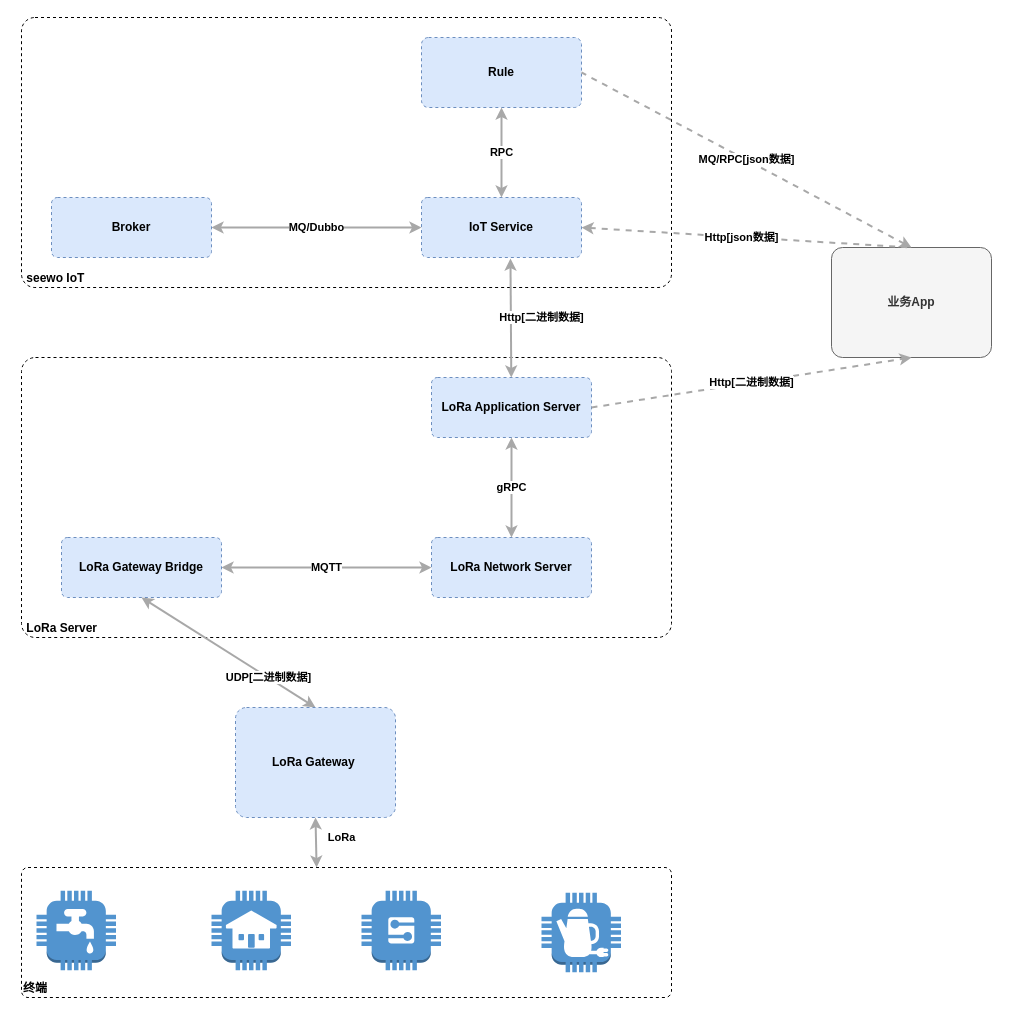
Above: seewo/drawio/设备协议统一（专利）.drawio in yzzh9/yzzh9 (draw.io), before the change. Source tidied: cells renumbered, new cells numbered last; positions are measured from the earlier drawing's top-left corner, leaving out a move shared by most shapes. Both pictures are drawn from the tidied source at 100%, with x=0, y=0 at pixel (21, 17).
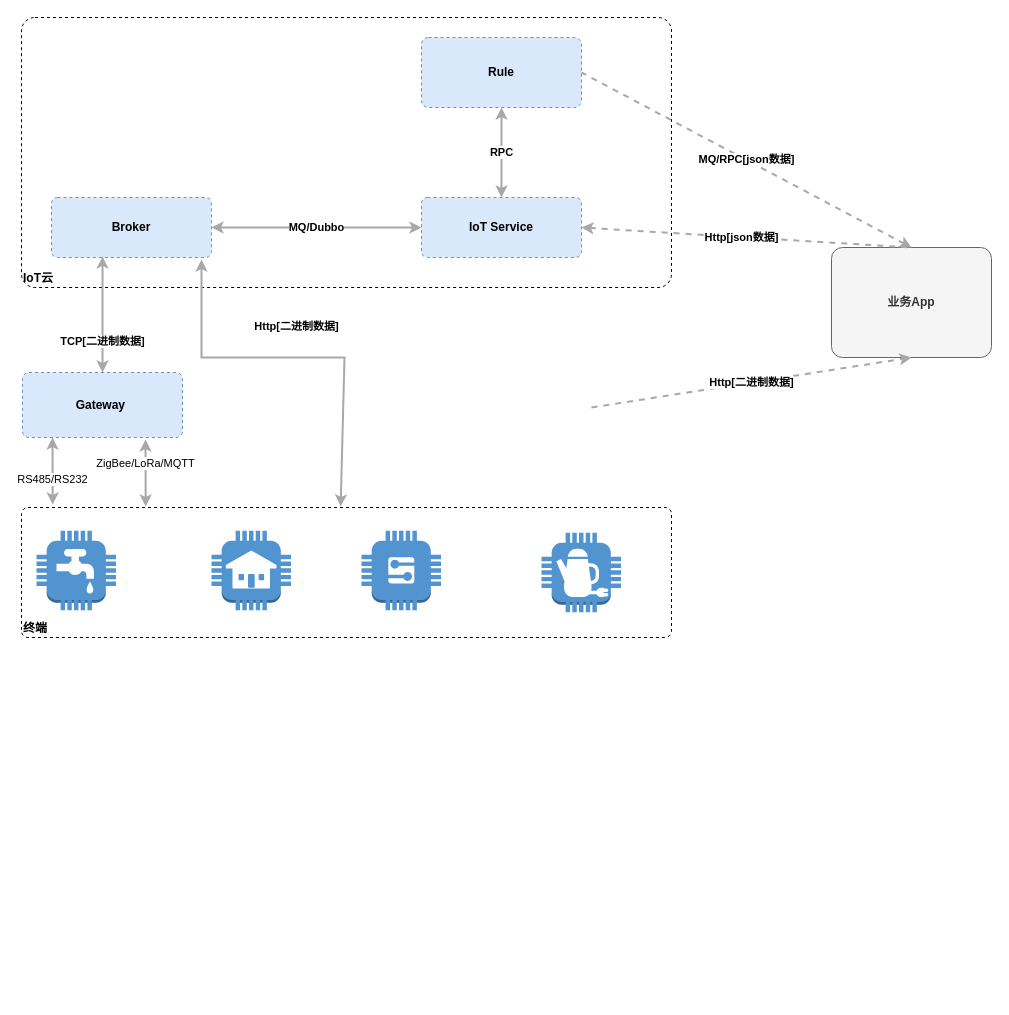
Above is the later version.

Commit message:
更新设备协议统一（专利）.drawio

The change refers to these unchanged cells:
```xml
<mxCell id="5" value="&lt;b&gt;业务App&lt;/b&gt;" style="rounded=1;whiteSpace=wrap;html=1;labelBackgroundColor=none;fontColor=#333333;align=center;arcSize=10;strokeColor=#666666;points=[[0.25,0,0],[0.5,0,0],[0.75,0,0],[1,0.25,0],[1,0.5,0],[1,0.75,0],[0.75,1,0],[0.5,1,0],[0.25,1,0],[0,0.75,0],[0,0.5,0],[0,0.25,0]];fillColor=#f5f5f5;" parent="1" vertex="1">
  <mxGeometry x="810" y="230" width="160" height="110" as="geometry" />
</mxCell>
<mxCell id="17" value="&lt;b&gt;IoT Service&lt;/b&gt;" style="rounded=1;whiteSpace=wrap;html=1;labelBackgroundColor=none;fillColor=#dae8fc;fontColor=#000000;align=center;arcSize=10;strokeColor=#6c8ebf;points=[[0.25,0,0],[0.5,0,0],[0.75,0,0],[1,0.25,0],[1,0.5,0],[1,0.75,0],[0.75,1,0],[0.5,1,0],[0.25,1,0],[0,0.75,0],[0,0.5,0],[0,0.25,0]];dashed=1;" parent="1" vertex="1">
  <mxGeometry x="400" y="180" width="160" height="60" as="geometry" />
</mxCell>
<mxCell id="20" value="&lt;b&gt;Broker&lt;/b&gt;" style="rounded=1;whiteSpace=wrap;html=1;labelBackgroundColor=none;fillColor=#dae8fc;fontColor=#000000;align=center;arcSize=10;strokeColor=#6c8ebf;points=[[0.25,0,0],[0.5,0,0],[0.75,0,0],[1,0.25,0],[1,0.5,0],[1,0.75,0],[0.75,1,0],[0.5,1,0],[0.25,1,0],[0,0.75,0],[0,0.5,0],[0,0.25,0]];dashed=1;" parent="1" vertex="1">
  <mxGeometry x="30" y="180" width="160" height="60" as="geometry" />
</mxCell>
```

Diff of the diagram source:
```diff
@@
-    <mxCell id="2" value="&lt;div style=&quot;text-align: left&quot;&gt;&lt;b style=&quot;text-align: center&quot;&gt;&amp;nbsp;LoRa Server&lt;/b&gt;&lt;br&gt;&lt;/div&gt;" style="rounded=1;whiteSpace=wrap;html=1;labelBackgroundColor=none;fillColor=#ffffff;fontColor=#000000;align=left;arcSize=5;strokeColor=#000000;verticalAlign=bottom;dashed=1;" parent="1" vertex="1">
-      <mxGeometry y="340" width="650" height="280" as="geometry" />
-    </mxCell>
-    <mxCell id="3" value="&lt;b&gt;LoRa Application Server&lt;br&gt;&lt;/b&gt;" style="rounded=1;whiteSpace=wrap;html=1;labelBackgroundColor=none;fillColor=#dae8fc;fontColor=#000000;align=center;arcSize=10;strokeColor=#6c8ebf;points=[[0.25,0,0],[0.5,0,0],[0.75,0,0],[1,0.25,0],[1,0.5,0],[1,0.75,0],[0.75,1,0],[0.5,1,0],[0.25,1,0],[0,0.75,0],[0,0.5,0],[0,0.25,0]];dashed=1;" parent="1" vertex="1">
-      <mxGeometry x="410" y="360" width="160" height="60" as="geometry" />
-    </mxCell>
-    <mxCell id="4" value="&lt;b&gt;LoRa Network Server&lt;/b&gt;" style="rounded=1;whiteSpace=wrap;html=1;labelBackgroundColor=none;fillColor=#dae8fc;fontColor=#000000;align=center;arcSize=10;strokeColor=#6c8ebf;points=[[0.25,0,0],[0.5,0,0],[0.75,0,0],[1,0.25,0],[1,0.5,0],[1,0.75,0],[0.75,1,0],[0.5,1,0],[0.25,1,0],[0,0.75,0],[0,0.5,0],[0,0.25,0]];dashed=1;" parent="1" vertex="1">
-      <mxGeometry x="410" y="520" width="160" height="60" as="geometry" />
-    </mxCell>
@@
-    <mxCell id="6" value="&lt;div style=&quot;text-align: left&quot;&gt;&lt;div style=&quot;text-align: center&quot;&gt;&lt;b&gt;gRPC&lt;/b&gt;&lt;/div&gt;&lt;/div&gt;" style="edgeStyle=none;rounded=0;html=1;jettySize=auto;strokeColor=#A8A8A8;strokeWidth=2;fontColor=#000000;jumpStyle=none;exitX=0.5;exitY=1;exitDx=0;exitDy=0;exitPerimeter=0;startArrow=classic;startFill=1;" parent="1" edge="1" source="3" target="4">
-      <mxGeometry relative="1" as="geometry" />
-    </mxCell>
-    <mxCell id="7" value="&lt;div style=&quot;text-align: left&quot;&gt;&lt;div style=&quot;text-align: center&quot;&gt;&lt;b&gt;MQTT&lt;/b&gt;&lt;/div&gt;&lt;/div&gt;" style="edgeStyle=none;rounded=0;html=1;jettySize=auto;strokeColor=#A8A8A8;strokeWidth=2;fontColor=#000000;jumpStyle=none;exitX=0;exitY=0.5;exitDx=0;exitDy=0;exitPerimeter=0;startArrow=classic;startFill=1;entryX=1;entryY=0.5;entryDx=0;entryDy=0;entryPerimeter=0;" parent="1" edge="1" source="4" target="14">
-      <mxGeometry relative="1" as="geometry" />
-    </mxCell>
-    <mxCell id="8" value="&lt;div style=&quot;text-align: left&quot;&gt;&lt;div style=&quot;text-align: center&quot;&gt;&lt;b&gt;Http[二进制数据]&lt;/b&gt;&lt;/div&gt;&lt;/div&gt;" style="edgeStyle=none;rounded=0;html=1;entryX=0.5;entryY=1;jettySize=auto;strokeColor=#A8A8A8;strokeWidth=2;fontColor=#000000;jumpStyle=none;dashed=1;entryDx=0;entryDy=0;entryPerimeter=0;exitX=1;exitY=0.5;exitDx=0;exitDy=0;exitPerimeter=0;" parent="1" edge="1" source="3" target="5">
-      <mxGeometry relative="1" as="geometry" />
+    <mxCell id="8" value="&lt;div style=&quot;text-align: left&quot;&gt;&lt;div style=&quot;text-align: center&quot;&gt;&lt;b&gt;Http[二进制数据]&lt;/b&gt;&lt;/div&gt;&lt;/div&gt;" style="edgeStyle=none;rounded=0;html=1;entryX=0.5;entryY=1;jettySize=auto;strokeColor=#A8A8A8;strokeWidth=2;fontColor=#000000;jumpStyle=none;dashed=1;entryDx=0;entryDy=0;entryPerimeter=0;exitX=1;exitY=0.5;exitDx=0;exitDy=0;exitPerimeter=0;" parent="1" edge="1" target="5">
+      <mxGeometry relative="1" as="geometry">
+        <mxPoint x="570" y="390" as="sourcePoint" />
+      </mxGeometry>
     </mxCell>
     <mxCell id="9" value="&lt;div style=&quot;text-align: left&quot;&gt;&lt;b style=&quot;text-align: center&quot;&gt;终端&lt;/b&gt;&lt;br&gt;&lt;/div&gt;" style="rounded=1;whiteSpace=wrap;html=1;labelBackgroundColor=none;fillColor=#ffffff;fontColor=#000000;align=left;arcSize=5;strokeColor=#000000;verticalAlign=bottom;points=[[0.25,0,0],[0.5,0,0],[0.75,0,0],[1,0.25,0],[1,0.5,0],[1,0.75,0],[0.75,1,0],[0.5,1,0],[0.25,1,0],[0,0.75,0],[0,0.5,0],[0,0.25,0]];dashed=1;" parent="1" vertex="1">
-      <mxGeometry y="850" width="650" height="130" as="geometry" />
+      <mxGeometry y="490" width="650" height="130" as="geometry" />
     </mxCell>
     <mxCell id="10" style="dashed=0;verticalLabelPosition=bottom;verticalAlign=top;align=center;html=1;shape=mxgraph.aws3.utility;fillColor=#5294CF;gradientColor=none;" parent="1" vertex="1">
-      <mxGeometry x="15" y="873.2" width="79.5" height="79.5" as="geometry" />
+      <mxGeometry x="15" y="513.2" width="79.5" height="79.5" as="geometry" />
     </mxCell>
     <mxCell id="11" style="dashed=0;verticalLabelPosition=bottom;verticalAlign=top;align=center;html=1;shape=mxgraph.aws3.house;fillColor=#5294CF;gradientColor=none;" parent="1" vertex="1">
-      <mxGeometry x="190" y="873.2" width="79.5" height="79.5" as="geometry" />
+      <mxGeometry x="190" y="513.2" width="79.5" height="79.5" as="geometry" />
     </mxCell>
     <mxCell id="12" style="dashed=0;verticalLabelPosition=bottom;verticalAlign=top;align=center;html=1;shape=mxgraph.aws3.generic;fillColor=#5294CF;gradientColor=none;" parent="1" vertex="1">
-      <mxGeometry x="340" y="873.2" width="79.5" height="79.5" as="geometry" />
+      <mxGeometry x="340" y="513.2" width="79.5" height="79.5" as="geometry" />
     </mxCell>
     <mxCell id="13" style="dashed=0;verticalLabelPosition=bottom;verticalAlign=top;align=center;html=1;shape=mxgraph.aws3.coffee_pot;fillColor=#5294CF;gradientColor=none;" parent="1" vertex="1">
-      <mxGeometry x="520" y="875.2" width="79.5" height="79.5" as="geometry" />
+      <mxGeometry x="520" y="515.2" width="79.5" height="79.5" as="geometry" />
     </mxCell>
-    <mxCell id="14" value="&lt;b&gt;LoRa Gateway Bridge&lt;/b&gt;" style="rounded=1;whiteSpace=wrap;html=1;labelBackgroundColor=none;fillColor=#dae8fc;fontColor=#000000;align=center;arcSize=10;strokeColor=#6c8ebf;points=[[0.25,0,0],[0.5,0,0],[0.75,0,0],[1,0.25,0],[1,0.5,0],[1,0.75,0],[0.75,1,0],[0.5,1,0],[0.25,1,0],[0,0.75,0],[0,0.5,0],[0,0.25,0]];dashed=1;" parent="1" vertex="1">
-      <mxGeometry x="40" y="520" width="160" height="60" as="geometry" />
-    </mxCell>
-    <mxCell id="15" value="&lt;div style=&quot;text-align: left&quot;&gt;&lt;b style=&quot;text-align: center&quot;&gt;&amp;nbsp;seewo IoT&lt;/b&gt;&lt;br&gt;&lt;/div&gt;" style="rounded=1;whiteSpace=wrap;html=1;labelBackgroundColor=none;fillColor=#ffffff;fontColor=#000000;align=left;arcSize=5;strokeColor=#000000;verticalAlign=bottom;dashed=1;" parent="1" vertex="1">
+    <mxCell id="15" value="&lt;div style=&quot;text-align: left&quot;&gt;&lt;b style=&quot;text-align: center&quot;&gt;IoT云&lt;/b&gt;&lt;/div&gt;" style="rounded=1;whiteSpace=wrap;html=1;labelBackgroundColor=none;fillColor=#ffffff;fontColor=#000000;align=left;arcSize=5;strokeColor=#000000;verticalAlign=bottom;dashed=1;" parent="1" vertex="1">
       <mxGeometry width="650" height="270" as="geometry" />
     </mxCell>
@@
-    <mxCell id="22" value="&lt;div style=&quot;text-align: left&quot;&gt;&lt;div style=&quot;text-align: center&quot;&gt;&lt;b&gt;UDP[二进制数据]&lt;/b&gt;&lt;/div&gt;&lt;/div&gt;" style="edgeStyle=none;rounded=0;html=1;jettySize=auto;strokeColor=#A8A8A8;strokeWidth=2;fontColor=#000000;jumpStyle=none;startArrow=classic;startFill=1;exitX=0.5;exitY=1;exitDx=0;exitDy=0;exitPerimeter=0;entryX=0.5;entryY=0;entryDx=0;entryDy=0;entryPerimeter=0;" parent="1" edge="1" source="14" target="23">
+    <mxCell id="22" value="&lt;div style=&quot;text-align: left&quot;&gt;&lt;div style=&quot;text-align: center&quot;&gt;&lt;b&gt;TCP[二进制数据]&lt;/b&gt;&lt;/div&gt;&lt;/div&gt;" style="edgeStyle=none;rounded=0;html=1;jettySize=auto;strokeColor=#A8A8A8;strokeWidth=2;fontColor=#000000;jumpStyle=none;startArrow=classic;startFill=1;exitX=0.319;exitY=0.983;exitDx=0;exitDy=0;exitPerimeter=0;entryX=0.5;entryY=0;entryDx=0;entryDy=0;entryPerimeter=0;" parent="1" edge="1" source="20" target="23">
       <mxGeometry x="0.46" relative="1" as="geometry" />
     </mxCell>
-    <mxCell id="23" value="&lt;b&gt;LoRa Gateway&amp;nbsp;&lt;/b&gt;" style="rounded=1;whiteSpace=wrap;html=1;labelBackgroundColor=none;fillColor=#dae8fc;fontColor=#000000;align=center;arcSize=10;strokeColor=#6c8ebf;points=[[0.25,0,0],[0.5,0,0],[0.75,0,0],[1,0.25,0],[1,0.5,0],[1,0.75,0],[0.75,1,0],[0.5,1,0],[0.25,1,0],[0,0.75,0],[0,0.5,0],[0,0.25,0]];dashed=1;" parent="1" vertex="1">
-      <mxGeometry x="214" y="690" width="160" height="110" as="geometry" />
+    <mxCell id="23" value="&lt;b&gt;Gateway&amp;nbsp;&lt;/b&gt;" style="rounded=1;whiteSpace=wrap;html=1;labelBackgroundColor=none;fillColor=#dae8fc;fontColor=#000000;align=center;arcSize=10;strokeColor=#6c8ebf;points=[[0.25,0,0],[0.5,0,0],[0.75,0,0],[1,0.25,0],[1,0.5,0],[1,0.75,0],[0.75,1,0],[0.5,1,0],[0.25,1,0],[0,0.75,0],[0,0.5,0],[0,0.25,0]];dashed=1;" parent="1" vertex="1">
+      <mxGeometry x="1" y="355" width="160" height="65" as="geometry" />
     </mxCell>
-    <mxCell id="24" value="&lt;div style=&quot;text-align: left&quot;&gt;&lt;div style=&quot;text-align: center&quot;&gt;&lt;b&gt;LoRa&lt;/b&gt;&lt;/div&gt;&lt;/div&gt;" style="edgeStyle=none;rounded=0;html=1;jettySize=auto;strokeColor=#A8A8A8;strokeWidth=2;fontColor=#000000;jumpStyle=none;startArrow=classic;startFill=1;exitX=0.5;exitY=1;exitDx=0;exitDy=0;exitPerimeter=0;entryX=0.454;entryY=0;entryDx=0;entryDy=0;entryPerimeter=0;" parent="1" edge="1" source="23" target="9">
-      <mxGeometry x="-0.18" y="26" relative="1" as="geometry" />
+    <mxCell id="24" value="&lt;div style=&quot;text-align: left&quot;&gt;&lt;div style=&quot;text-align: center&quot;&gt;&lt;br&gt;&lt;/div&gt;&lt;/div&gt;" style="edgeStyle=none;rounded=0;html=1;jettySize=auto;orthogonalLoop=1;strokeColor=#A8A8A8;strokeWidth=2;fontColor=#000000;jumpStyle=none;startArrow=classic;startFill=1;exitX=0.5;exitY=1;exitDx=0;exitDy=0;exitPerimeter=0;entryX=0.185;entryY=-0.023;entryDx=0;entryDy=0;entryPerimeter=0;" parent="1" edge="1">
+      <mxGeometry x="-0.18" y="26" relative="1" as="geometry">
+        <mxPoint x="31" y="420" as="sourcePoint" />
+        <mxPoint x="31.2" y="487" as="targetPoint" />
+      </mxGeometry>
     </mxCell>
+    <mxCell id="27" value="RS485/RS232" style="edgeLabel;html=1;align=center;verticalAlign=middle;" parent="24" vertex="1">
+      <mxGeometry x="-0.02" y="-1" relative="1" as="geometry">
+        <mxPoint y="8" as="offset" />
+      </mxGeometry>
+    </mxCell>
-    <mxCell id="25" value="&lt;div style=&quot;text-align: left&quot;&gt;&lt;div style=&quot;text-align: center&quot;&gt;&lt;b&gt;Http[二进制数据]&lt;/b&gt;&lt;/div&gt;&lt;/div&gt;" style="edgeStyle=none;rounded=0;html=1;jettySize=auto;strokeColor=#A8A8A8;strokeWidth=2;fontColor=#000000;jumpStyle=none;startArrow=classic;startFill=1;exitX=0.556;exitY=1.017;exitDx=0;exitDy=0;exitPerimeter=0;endArrow=classic;endFill=1;" parent="1" edge="1" source="17" target="3">
-      <mxGeometry x="-0.01" y="31" relative="1" as="geometry" />
+    <mxCell id="25" value="&lt;div style=&quot;text-align: left&quot;&gt;&lt;div style=&quot;text-align: center&quot;&gt;&lt;b&gt;Http[二进制数据]&lt;/b&gt;&lt;/div&gt;&lt;/div&gt;" style="edgeStyle=none;rounded=0;html=1;jettySize=auto;strokeColor=#A8A8A8;strokeWidth=2;fontColor=#000000;jumpStyle=none;startArrow=classic;startFill=1;endArrow=classic;endFill=1;entryX=0.491;entryY=-0.008;entryDx=0;entryDy=0;entryPerimeter=0;" parent="1" edge="1" target="9">
+      <mxGeometry x="-0.01" y="31" relative="1" as="geometry">
+        <mxPoint x="180" y="242" as="sourcePoint" />
+        <Array as="points">
+          <mxPoint x="180" y="340" />
+          <mxPoint x="323" y="340" />
+        </Array>
+      </mxGeometry>
     </mxCell>
@@
+    <mxCell id="28" value="&lt;div style=&quot;text-align: left&quot;&gt;&lt;div style=&quot;text-align: center&quot;&gt;&lt;br&gt;&lt;/div&gt;&lt;/div&gt;" style="edgeStyle=none;rounded=0;html=1;jettySize=auto;orthogonalLoop=1;strokeColor=#A8A8A8;strokeWidth=2;fontColor=#000000;jumpStyle=none;startArrow=classic;startFill=1;exitX=0.5;exitY=1;exitDx=0;exitDy=0;exitPerimeter=0;entryX=0.185;entryY=-0.023;entryDx=0;entryDy=0;entryPerimeter=0;" parent="1" edge="1">
+      <mxGeometry x="-0.18" y="26" relative="1" as="geometry">
+        <mxPoint x="124" y="422" as="sourcePoint" />
+        <mxPoint x="124.2" y="489" as="targetPoint" />
+      </mxGeometry>
+    </mxCell>
+    <mxCell id="29" value="ZigBee/LoRa/MQTT" style="edgeLabel;html=1;align=center;verticalAlign=middle;" parent="28" vertex="1">
+      <mxGeometry x="-0.02" y="-1" relative="1" as="geometry">
+        <mxPoint y="-10" as="offset" />
+      </mxGeometry>
+    </mxCell>
```
